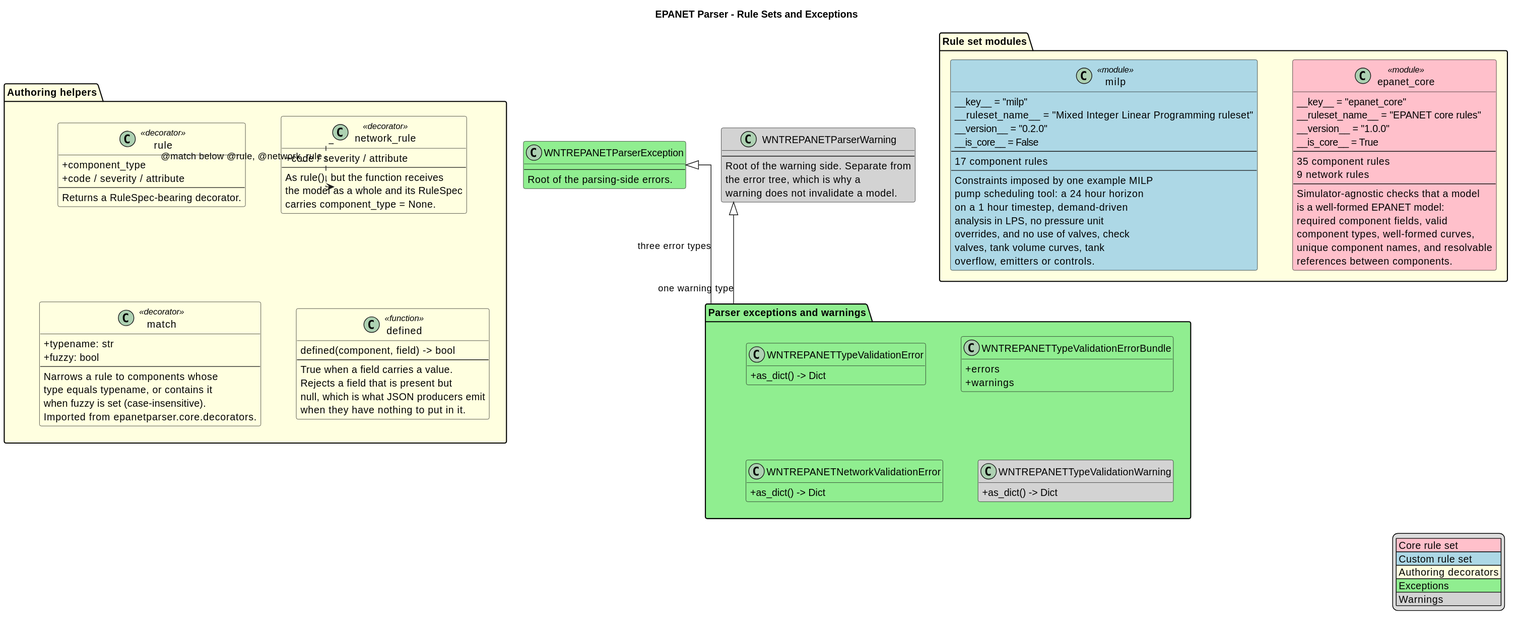
Before: docs/source/diagrams/epanetparser_rule_sets.svg, a diagram exported from PlantUML (tomjanus/epanetparser).
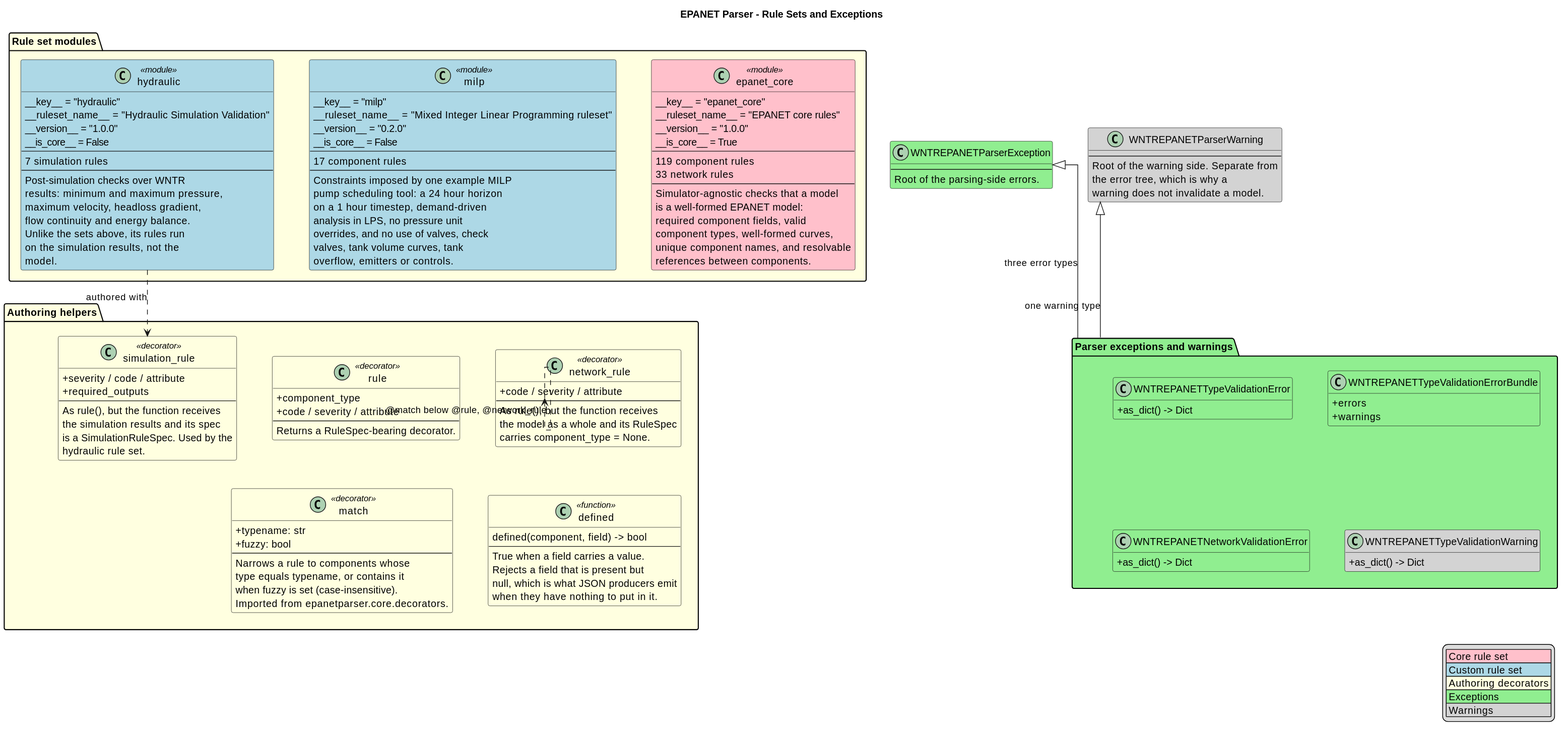
After the commit.

What changed in the source:
```diff
@@ -24,8 +24,8 @@
     __version__ = "1.0.0"
     __is_core__ = True
     --
-    35 component rules
-    9 network rules
+    119 component rules
+    33 network rules
     --
     Simulator-agnostic checks that a model
     is a well-formed EPANET model:
@@ -51,6 +51,23 @@
     valves, tank volume curves, tank
     overflow, emitters or controls.
   }
+
+  class hydraulic <<module>> #lightblue {
+    __key__ = "hydraulic"
+    __ruleset_name__ = "Hydraulic Simulation Validation"
+    __version__ = "1.0.0"
+    __is_core__ = False
+    --
+    7 simulation rules
+    --
+    Post-simulation checks over WNTR
+    results: minimum and maximum pressure,
+    maximum velocity, headloss gradient,
+    flow continuity and energy balance.
+    Unlike the sets above, its rules run
+    on the simulation results, not the
+    model.
+  }
 }
 
 
@@ -68,6 +85,16 @@
     As rule(), but the function receives
     the model as a whole and its RuleSpec
     carries component_type = None.
+  }
+
+  class simulation_rule <<decorator>> #lightyellow {
+    + severity / code / attribute
+    + required_outputs
+    --
+    As rule(), but the function receives
+    the simulation results and its spec
+    is a SimulationRuleSpec. Used by the
+    hydraulic rule set.
   }
 
   class match <<decorator>> #lightyellow {
@@ -128,4 +155,5 @@
 WNTREPANETParserWarning <|-- Exceptions : one warning type
 
 Helpers ..> Helpers : @match below @rule, @network_rule
+hydraulic ..> simulation_rule : authored with
 @enduml
```
